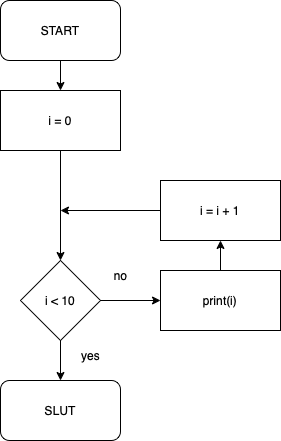
Before: materiale/billeder/FlowchartCount.png, a diagram exported from draw.io (mpsteenstrup/AstroPi2022). Source tidied: cells renumbered, new cells last; positions are measured from the earlier drawing's top-left corner, leaving out a move shared by most shapes. The source it was exported from:
```xml
<mxGraphModel>
  <root>
    <mxCell id="0" />
    <mxCell id="1" parent="0" />
    <mxCell id="2" style="edgeStyle=orthogonalEdgeStyle;rounded=0;jettySize=auto;html=1;" parent="1" edge="1" source="3" target="5">
      <mxGeometry relative="1" as="geometry" />
    </mxCell>
    <mxCell id="3" value="START" style="rounded=1;whiteSpace=wrap;html=1;" parent="1" vertex="1">
      <mxGeometry width="120" height="60" as="geometry" />
    </mxCell>
    <mxCell id="4" style="edgeStyle=orthogonalEdgeStyle;rounded=0;jettySize=auto;html=1;" parent="1" edge="1" source="5" target="8">
      <mxGeometry relative="1" as="geometry" />
    </mxCell>
    <mxCell id="5" value="i = 0" style="rounded=0;whiteSpace=wrap;html=1;" parent="1" vertex="1">
      <mxGeometry y="90" width="120" height="60" as="geometry" />
    </mxCell>
    <mxCell id="6" style="edgeStyle=orthogonalEdgeStyle;rounded=0;jettySize=auto;html=1;" parent="1" edge="1" source="8" target="10">
      <mxGeometry relative="1" as="geometry" />
    </mxCell>
    <mxCell id="7" style="edgeStyle=orthogonalEdgeStyle;rounded=0;jettySize=auto;html=1;" parent="1" edge="1" source="8" target="14">
      <mxGeometry relative="1" as="geometry" />
    </mxCell>
    <mxCell id="8" value="i &amp;lt; 10" style="rhombus;whiteSpace=wrap;html=1;" parent="1" vertex="1">
      <mxGeometry x="20" y="260" width="80" height="80" as="geometry" />
    </mxCell>
    <mxCell id="9" style="edgeStyle=orthogonalEdgeStyle;rounded=0;jettySize=auto;html=1;" parent="1" edge="1" source="10" target="11">
      <mxGeometry relative="1" as="geometry" />
    </mxCell>
    <mxCell id="10" value="print(i)" style="rounded=0;whiteSpace=wrap;html=1;" parent="1" vertex="1">
      <mxGeometry x="160" y="270" width="120" height="60" as="geometry" />
    </mxCell>
    <mxCell id="11" value="i = i + 1" style="rounded=0;whiteSpace=wrap;html=1;" parent="1" vertex="1">
      <mxGeometry x="160" y="180" width="120" height="60" as="geometry" />
    </mxCell>
    <mxCell id="12" style="endArrow=classic;html=1;rounded=0;exitX=0;exitY=0.5;exitDx=0;exitDy=0;" parent="1" edge="1" source="11">
      <mxGeometry relative="1" as="geometry">
        <mxPoint x="60" y="210" as="targetPoint" />
      </mxGeometry>
    </mxCell>
    <mxCell id="13" value="no" style="text;html=1;align=center;verticalAlign=middle;strokeColor=none;fillColor=none;" parent="1" vertex="1">
      <mxGeometry x="100" y="260" width="40" height="30" as="geometry" />
    </mxCell>
    <mxCell id="14" value="SLUT" style="rounded=1;whiteSpace=wrap;html=1;" parent="1" vertex="1">
      <mxGeometry y="380" width="120" height="60" as="geometry" />
    </mxCell>
    <mxCell id="15" value="yes" style="text;html=1;align=center;verticalAlign=middle;strokeColor=none;fillColor=none;" parent="1" vertex="1">
      <mxGeometry x="70" y="340" width="40" height="30" as="geometry" />
    </mxCell>
  </root>
</mxGraphModel>
```
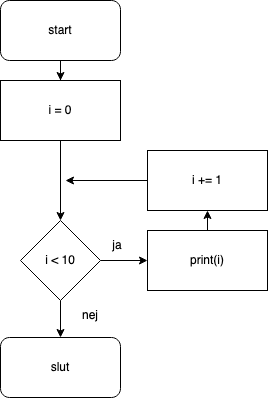
The same diagram one commit later.

Diff of the diagram source:
```diff
@@ -2,49 +2,52 @@
   <root>
     <mxCell id="0" />
     <mxCell id="1" parent="0" />
-    <mxCell id="2" style="edgeStyle=orthogonalEdgeStyle;rounded=0;jettySize=auto;html=1;" parent="1" edge="1" source="3" target="5">
-      <mxGeometry relative="1" as="geometry" />
-    </mxCell>
-    <mxCell id="3" value="START" style="rounded=1;whiteSpace=wrap;html=1;" parent="1" vertex="1">
-      <mxGeometry width="120" height="60" as="geometry" />
-    </mxCell>
+    <mxCell id="16" style="edgeStyle=orthogonalEdgeStyle;rounded=0;jettySize=auto;html=1;" parent="1" edge="1" source="17" target="5">
+      <mxGeometry relative="1" as="geometry" />
+    </mxCell>
+    <mxCell id="17" value="start" style="rounded=1;whiteSpace=wrap;html=1;" parent="1" vertex="1">
+      <mxGeometry x="85" y="30" width="120" height="60" as="geometry" />
+    </mxCell>
     <mxCell id="4" style="edgeStyle=orthogonalEdgeStyle;rounded=0;jettySize=auto;html=1;" parent="1" edge="1" source="5" target="8">
       <mxGeometry relative="1" as="geometry" />
     </mxCell>
     <mxCell id="5" value="i = 0" style="rounded=0;whiteSpace=wrap;html=1;" parent="1" vertex="1">
-      <mxGeometry y="90" width="120" height="60" as="geometry" />
+      <mxGeometry x="85" y="110" width="120" height="60" as="geometry" />
     </mxCell>
     <mxCell id="6" style="edgeStyle=orthogonalEdgeStyle;rounded=0;jettySize=auto;html=1;" parent="1" edge="1" source="8" target="10">
       <mxGeometry relative="1" as="geometry" />
     </mxCell>
-    <mxCell id="7" style="edgeStyle=orthogonalEdgeStyle;rounded=0;jettySize=auto;html=1;" parent="1" edge="1" source="8" target="14">
-      <mxGeometry relative="1" as="geometry" />
-    </mxCell>
+    <mxCell id="18" style="edgeStyle=orthogonalEdgeStyle;rounded=0;jettySize=auto;html=1;" parent="1" edge="1" source="8" target="20">
+      <mxGeometry relative="1" as="geometry" />
+    </mxCell>
     <mxCell id="8" value="i &amp;lt; 10" style="rhombus;whiteSpace=wrap;html=1;" parent="1" vertex="1">
-      <mxGeometry x="20" y="260" width="80" height="80" as="geometry" />
+      <mxGeometry x="105" y="250" width="80" height="80" as="geometry" />
     </mxCell>
-    <mxCell id="9" style="edgeStyle=orthogonalEdgeStyle;rounded=0;jettySize=auto;html=1;" parent="1" edge="1" source="10" target="11">
-      <mxGeometry relative="1" as="geometry" />
-    </mxCell>
     <mxCell id="10" value="print(i)" style="rounded=0;whiteSpace=wrap;html=1;" parent="1" vertex="1">
-      <mxGeometry x="160" y="270" width="120" height="60" as="geometry" />
+      <mxGeometry x="232" y="260" width="120" height="60" as="geometry" />
     </mxCell>
-    <mxCell id="11" value="i = i + 1" style="rounded=0;whiteSpace=wrap;html=1;" parent="1" vertex="1">
-      <mxGeometry x="160" y="180" width="120" height="60" as="geometry" />
-    </mxCell>
-    <mxCell id="12" style="endArrow=classic;html=1;rounded=0;exitX=0;exitY=0.5;exitDx=0;exitDy=0;" parent="1" edge="1" source="11">
-      <mxGeometry relative="1" as="geometry">
-        <mxPoint x="60" y="210" as="targetPoint" />
-      </mxGeometry>
-    </mxCell>
-    <mxCell id="13" value="no" style="text;html=1;align=center;verticalAlign=middle;strokeColor=none;fillColor=none;" parent="1" vertex="1">
-      <mxGeometry x="100" y="260" width="40" height="30" as="geometry" />
-    </mxCell>
-    <mxCell id="14" value="SLUT" style="rounded=1;whiteSpace=wrap;html=1;" parent="1" vertex="1">
-      <mxGeometry y="380" width="120" height="60" as="geometry" />
-    </mxCell>
-    <mxCell id="15" value="yes" style="text;html=1;align=center;verticalAlign=middle;strokeColor=none;fillColor=none;" parent="1" vertex="1">
-      <mxGeometry x="70" y="340" width="40" height="30" as="geometry" />
-    </mxCell>
+    <mxCell id="19" value="i += 1" style="rounded=0;whiteSpace=wrap;html=1;" parent="1" vertex="1">
+      <mxGeometry x="232" y="180" width="120" height="60" as="geometry" />
+    </mxCell>
+    <mxCell id="20" value="slut" style="rounded=1;whiteSpace=wrap;html=1;" parent="1" vertex="1">
+      <mxGeometry x="85" y="367" width="120" height="60" as="geometry" />
+    </mxCell>
+    <mxCell id="21" style="endArrow=classic;html=1;rounded=0;exitX=0;exitY=0.5;exitDx=0;exitDy=0;" parent="1" edge="1" source="19">
+      <mxGeometry relative="1" as="geometry">
+        <mxPoint x="150" y="210" as="targetPoint" />
+        <Array as="points">
+          <mxPoint x="150" y="210" />
+        </Array>
+      </mxGeometry>
+    </mxCell>
+    <mxCell id="22" style="endArrow=classic;html=1;rounded=0;exitX=0.5;exitY=0;exitDx=0;exitDy=0;entryX=0.5;entryY=1;entryDx=0;entryDy=0;" parent="1" edge="1" source="10" target="19">
+      <mxGeometry relative="1" as="geometry" />
+    </mxCell>
+    <mxCell id="23" value="ja" style="text;html=1;strokeColor=none;fillColor=none;align=center;verticalAlign=middle;whiteSpace=wrap;rounded=0;" parent="1" vertex="1">
+      <mxGeometry x="172" y="260" width="60" height="30" as="geometry" />
+    </mxCell>
+    <mxCell id="24" value="nej" style="text;html=1;strokeColor=none;fillColor=none;align=center;verticalAlign=middle;whiteSpace=wrap;rounded=0;" parent="1" vertex="1">
+      <mxGeometry x="145" y="330" width="60" height="30" as="geometry" />
+    </mxCell>
   </root>
 </mxGraphModel>
```
